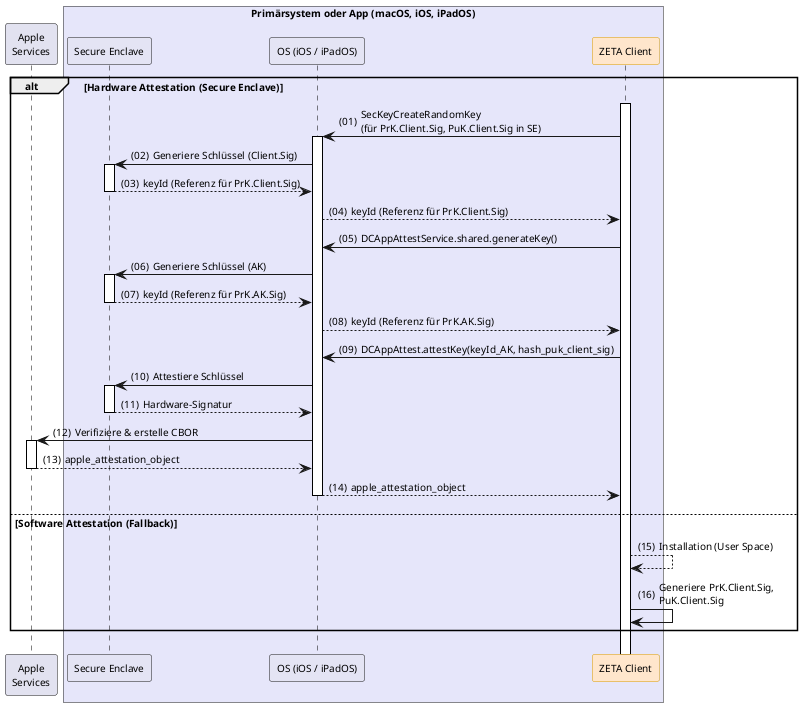
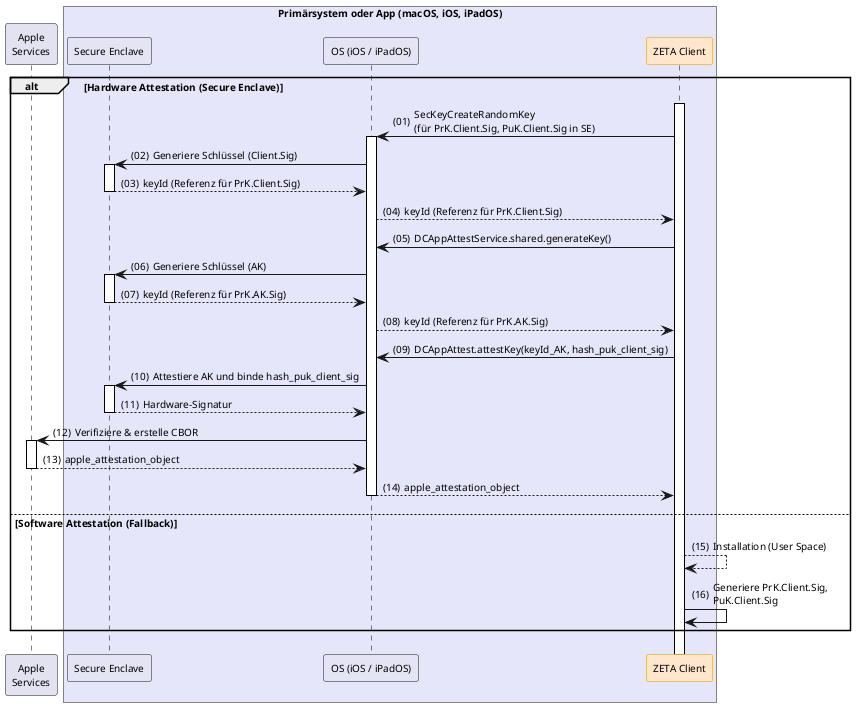
@startuml "client-installation"
autonumber "(00)"
skinparam defaultFontSize 10
skinparam defaultFontName Helvetica
skinparam DefaultMonospacedFontName Courier
skinparam lengthAdjust none
skinparam sequenceReferenceBackgroundColor White
skinparam SequenceReferenceFontSize 12
skinparam sequenceMessageAlign left
hide stereotype

' Box colors
!define ZETA_GUARD_COLOR #FFF3E5
!define LEI_COLOR #GhostWhite
!define LEI_COMPONENT_COLOR #E4E4F4
!define PRIMAERSYSTEM_COLOR #Lavender
!define PROVIDER_COLOR #EDFDEC

' Participant colors
<style>
sequenceDiagram {
  participant {
    .zeta {
      BackgroundColor #FFE6CC
      LineColor #D79B00
    }
    .provider {
      BackgroundColor #D5E8D4
      LineColor #82B366
    }
  }
  lifeline {
    BackgroundColor White
    LineColor Black
  }
}
</style>

' title Client Installation & Baseline-Etablierung

!pragma teoz true

participant "Apple\nServices" as Apple
box "Primärsystem oder App (macOS, iOS, iPadOS)" PRIMAERSYSTEM_COLOR
  participant "Secure Enclave" as SE LEI_COMPONENT_COLOR
  participant "OS (iOS / iPadOS)" as AppleOS LEI_COMPONENT_COLOR
  participant Client as "ZETA Client" <<zeta>>
end box

alt Hardware Attestation (Secure Enclave)
    Client++


    Client -> AppleOS++: SecKeyCreateRandomKey\n(für PrK.Client.Sig, PuK.Client.Sig in SE)
    AppleOS -> SE++: Generiere Schlüssel (Client.Sig)
    SE --> AppleOS--: keyId (Referenz für PrK.Client.Sig)
    AppleOS --> Client: keyId (Referenz für PrK.Client.Sig)

    Client -> AppleOS: DCAppAttestService.shared.generateKey()
    AppleOS -> SE++: Generiere Schlüssel (AK)
    SE --> AppleOS--: keyId (Referenz für PrK.AK.Sig)
    AppleOS --> Client: keyId (Referenz für PrK.AK.Sig)

    Client -> AppleOS: DCAppAttest.attestKey(keyId_AK, hash_puk_client_sig)
-     AppleOS -> SE++: Attestiere Schlüssel
+     AppleOS -> SE++: Attestiere AK und binde hash_puk_client_sig
    SE --> AppleOS--: Hardware-Signatur
    AppleOS -> Apple++: Verifiziere & erstelle CBOR
    Apple --> AppleOS--: apple_attestation_object
    AppleOS --> Client--: apple_attestation_object


else Software Attestation (Fallback)
    Client --> Client: Installation (User Space)
    Client -> Client: Generiere PrK.Client.Sig,\nPuK.Client.Sig
    ' Client --> Client: Lokale Messung des PS (Dateihashes ermitteln)
    ' Client -> Client: Speichere Baseline-Hash lokal & sicher ab
end

@enduml